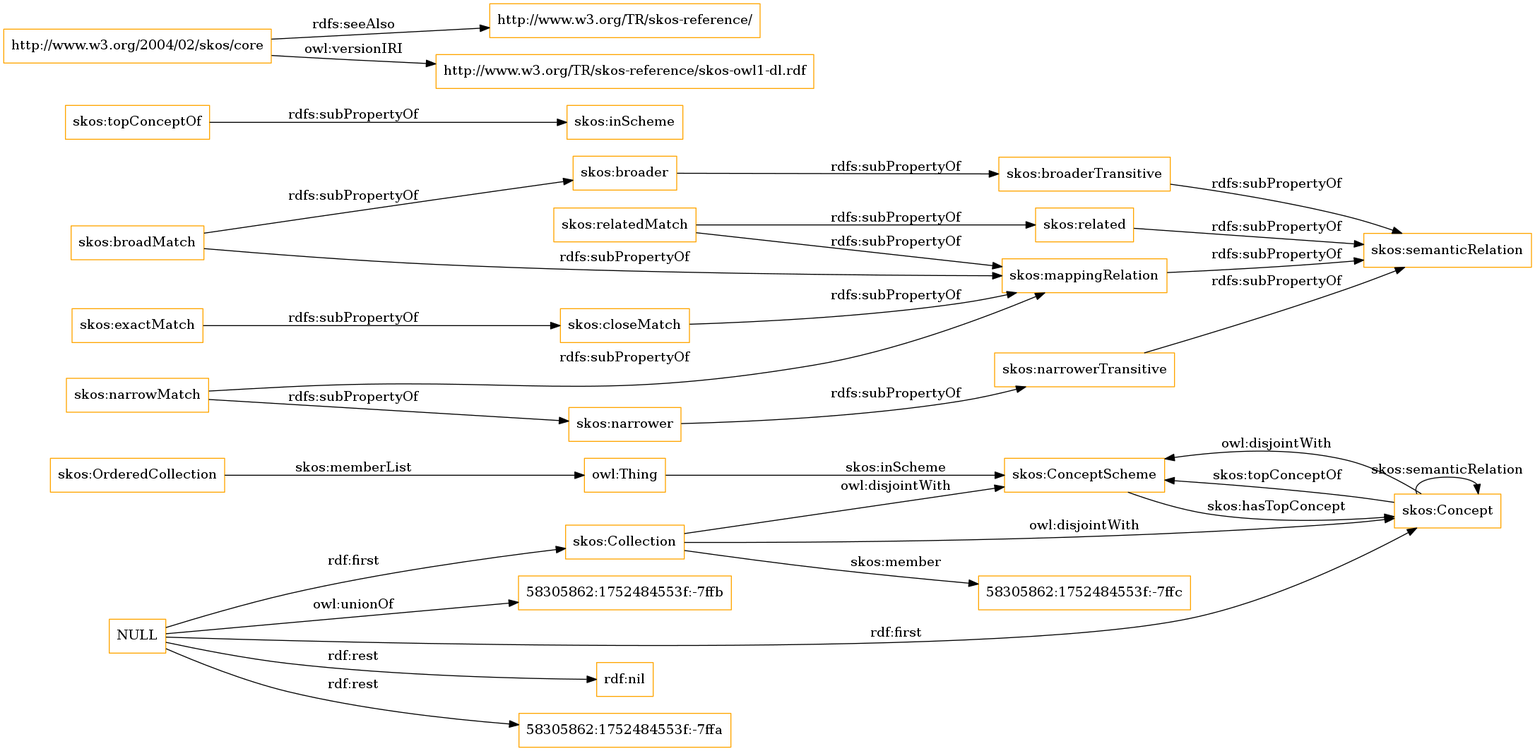
Above: OnToology/imports/skos.owl/diagrams/ar2dtool-class/skos.owl.png in OnToologyUser/core-ontology-1 (Graphviz), before the change. Its source is kept beside it as OnToology/imports/skos.owl/diagrams/ar2dtool-class/skos.owl.png.dot.
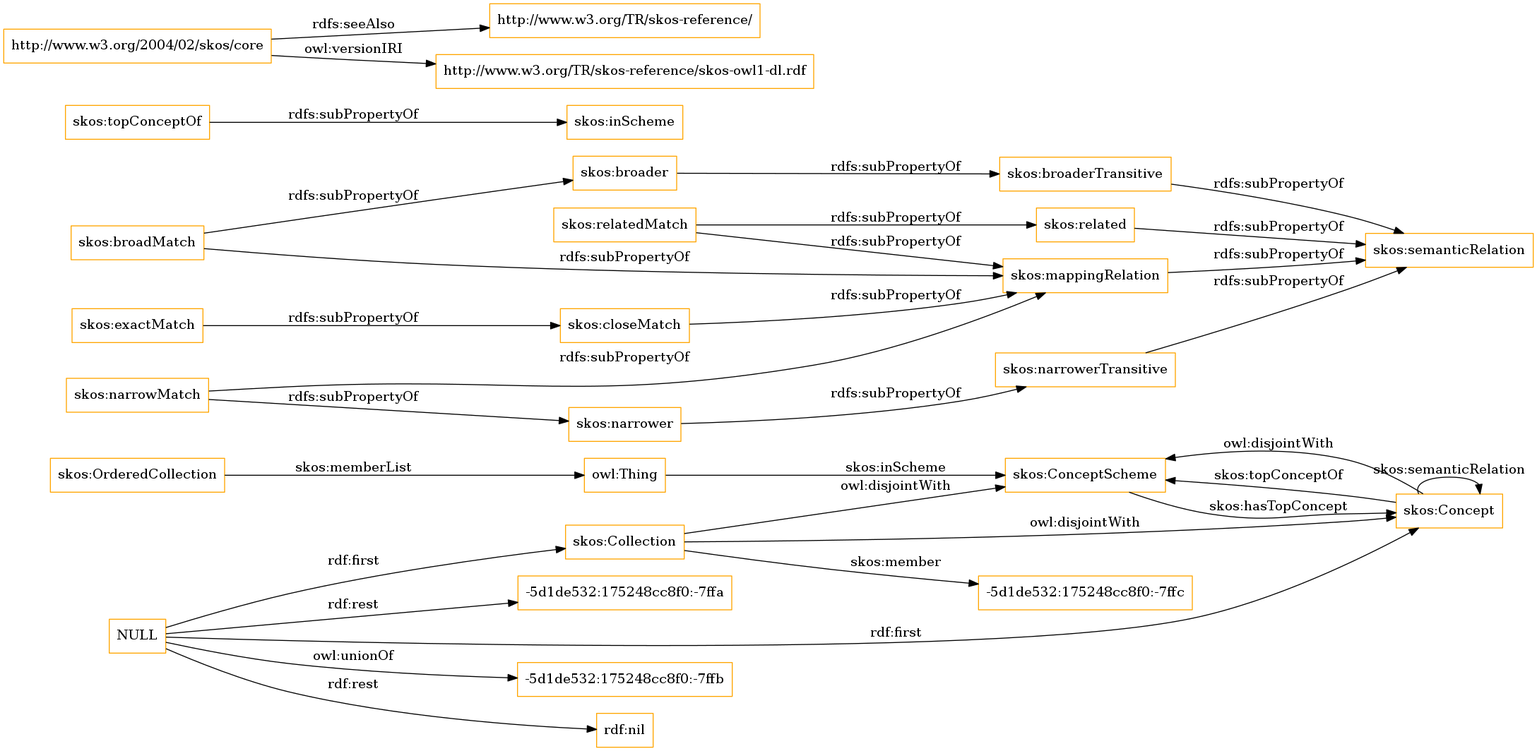
The same file after the commit.

What changed in the source:
```diff
@@ -1,13 +1,13 @@
 digraph ar2dtool_diagram {
 rankdir=LR;
 size="1501"
-node [shape = rectangle, color="orange"]; "skos:OrderedCollection" "skos:ConceptScheme" "skos:Concept" "skos:Collection" "58305862:1752484553f:-7ffc" ; /*classes style*/
+node [shape = rectangle, color="orange"]; "skos:OrderedCollection" "skos:ConceptScheme" "skos:Concept" "skos:Collection" "-5d1de532:175248cc8f0:-7ffc" ; /*classes style*/
 	"skos:narrowerTransitive" -> "skos:semanticRelation" [ label = "rdfs:subPropertyOf" ];
+	"NULL" -> "-5d1de532:175248cc8f0:-7ffb" [ label = "owl:unionOf" ];
 	"NULL" -> "rdf:nil" [ label = "rdf:rest" ];
 	"NULL" -> "skos:Concept" [ label = "rdf:first" ];
-	"NULL" -> "58305862:1752484553f:-7ffa" [ label = "rdf:rest" ];
+	"NULL" -> "-5d1de532:175248cc8f0:-7ffa" [ label = "rdf:rest" ];
 	"NULL" -> "skos:Collection" [ label = "rdf:first" ];
-	"NULL" -> "58305862:1752484553f:-7ffb" [ label = "owl:unionOf" ];
 	"skos:closeMatch" -> "skos:mappingRelation" [ label = "rdfs:subPropertyOf" ];
 	"skos:Concept" -> "skos:ConceptScheme" [ label = "owl:disjointWith" ];
 	"skos:relatedMatch" -> "skos:related" [ label = "rdfs:subPropertyOf" ];
@@ -30,7 +30,7 @@
 	"skos:OrderedCollection" -> "owl:Thing" [ label = "skos:memberList" ];
 	"skos:Concept" -> "skos:ConceptScheme" [ label = "skos:topConceptOf" ];
 	"skos:Concept" -> "skos:Concept" [ label = "skos:semanticRelation" ];
-	"skos:Collection" -> "58305862:1752484553f:-7ffc" [ label = "skos:member" ];
+	"skos:Collection" -> "-5d1de532:175248cc8f0:-7ffc" [ label = "skos:member" ];
 	"skos:ConceptScheme" -> "skos:Concept" [ label = "skos:hasTopConcept" ];
 	"owl:Thing" -> "skos:ConceptScheme" [ label = "skos:inScheme" ];
 
```
